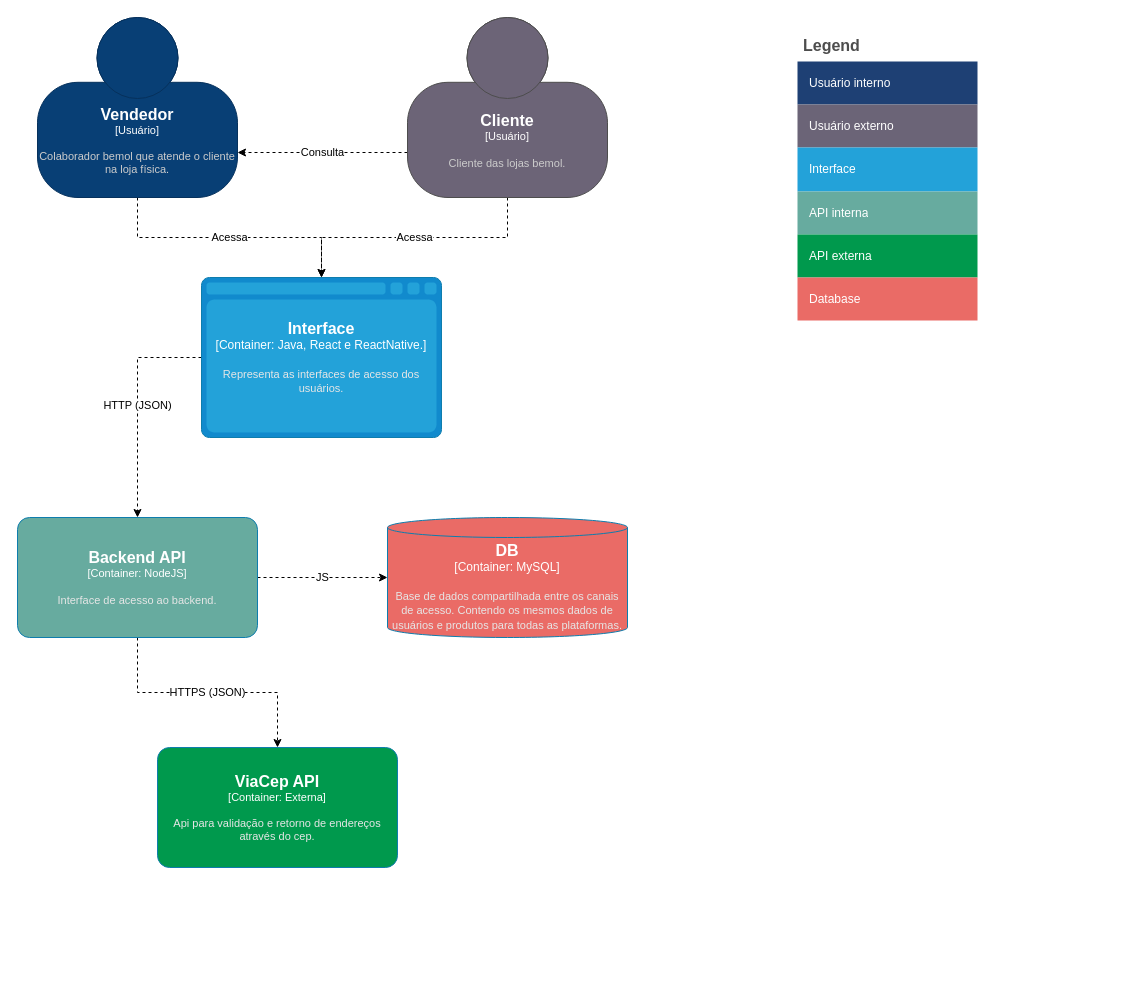
The draw.io diagram page "Backend API" (2 of 2) of diagramas/Arq_Omnibe-C4-Model.drawio in RafaelGuedes953/OmniBe, before the edit. Source tidied: cells renumbered, new cells numbered last; positions are measured from the earlier drawing's top-left corner, leaving out a move shared by most shapes. Both pictures are drawn from the tidied source at 100%, with x=0, y=0 at pixel (17, 17).
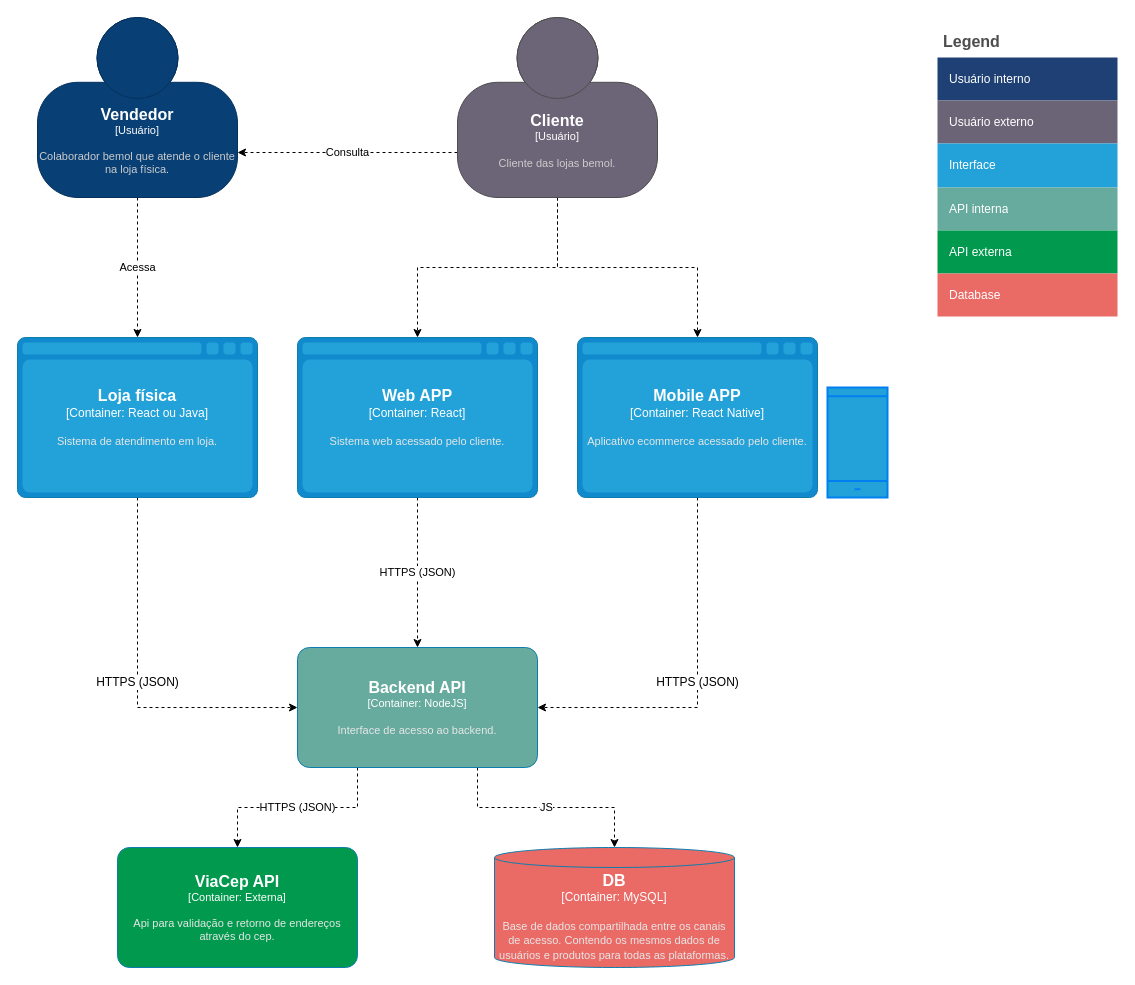
After the change.

The change refers to these unchanged cells:
```xml
<object id="7" label="&lt;font style=&quot;font-size: 16px&quot;&gt;&lt;b&gt;%c4Name%&lt;/b&gt;&lt;/font&gt;&lt;div&gt;[%c4Type%]&lt;/div&gt;&lt;br&gt;&lt;div&gt;&lt;font style=&quot;font-size: 11px&quot;&gt;&lt;font color=&quot;#cccccc&quot;&gt;%c4Description%&lt;/font&gt;&lt;/div&gt;" c4Description="Colaborador bemol que atende o cliente na loja física." c4Name="Vendedor" c4Type="Usuário" placeholders="1">
  <mxCell style="html=1;fontSize=11;dashed=0;whiteSpace=wrap;fillColor=#083F75;strokeColor=#06315C;fontColor=#ffffff;shape=mxgraph.c4.person2;align=center;points=[[0.5,0,0],[1,0.5,0],[1,0.75,0],[0.75,1,0],[0.5,1,0],[0.25,1,0],[0,0.75,0],[0,0.5,0]];" parent="1" vertex="1">
    <mxGeometry x="20" width="200" height="180" as="geometry" />
  </mxCell>
</object>
```

The edit, as a diff of the source:
```diff
@@
     <object id="2" label="&lt;font style=&quot;font-size: 16px&quot;&gt;&lt;b&gt;%c4Type%&lt;/b&gt;&lt;/font&gt;&lt;div&gt;[%c4Container%:&amp;nbsp;%c4Technology%]&lt;/div&gt;&lt;br&gt;&lt;div&gt;&lt;font style=&quot;font-size: 11px&quot;&gt;&lt;font color=&quot;#E6E6E6&quot;&gt;%c4Description%&lt;/font&gt;&lt;/div&gt;" c4Container="Container" c4Description="Base de dados compartilhada entre os canais de acesso. Contendo os mesmos dados de usuários e produtos para todas as plataformas." c4Technology="MySQL" c4Type="DB" placeholders="1">
       <mxCell style="shape=cylinder3;size=10;whiteSpace=wrap;html=1;boundedLbl=1;rounded=0;labelBackgroundColor=none;fillColor=#EA6B66;fontSize=12;fontColor=#ffffff;align=center;strokeColor=#0E7DAD;points=[[0.5,0,0],[1,0.25,0],[1,0.5,0],[1,0.75,0],[0.5,1,0],[0,0.75,0],[0,0.5,0],[0,0.25,0]];strokeWidth=1;" parent="1" vertex="1">
-        <mxGeometry x="370" y="500" width="240" height="120" as="geometry" />
+        <mxGeometry x="477" y="830" width="240" height="120" as="geometry" />
       </mxCell>
     </object>
-    <mxCell id="3" value="JS" style="edgeStyle=orthogonalEdgeStyle;rounded=0;jettySize=auto;html=1;exitX=1;exitY=0.5;exitDx=0;exitDy=0;exitPerimeter=0;entryX=0;entryY=0.5;entryDx=0;entryDy=0;entryPerimeter=0;dashed=1;" parent="1" edge="1" source="5" target="2">
+    <mxCell id="3" value="JS" style="edgeStyle=orthogonalEdgeStyle;rounded=0;jettySize=auto;html=1;exitX=0.75;exitY=1;exitDx=0;exitDy=0;exitPerimeter=0;entryX=0.5;entryY=0;entryDx=0;entryDy=0;entryPerimeter=0;dashed=1;" parent="1" edge="1" source="5" target="2">
       <mxGeometry relative="1" as="geometry" />
     </mxCell>
-    <mxCell id="4" value="HTTPS (JSON)" style="edgeStyle=orthogonalEdgeStyle;rounded=0;jettySize=auto;html=1;exitX=0.5;exitY=1;exitDx=0;exitDy=0;exitPerimeter=0;entryX=0.5;entryY=0;entryDx=0;entryDy=0;entryPerimeter=0;dashed=1;" parent="1" edge="1" source="5" target="13">
+    <mxCell id="4" value="HTTPS (JSON)" style="edgeStyle=orthogonalEdgeStyle;rounded=0;jettySize=auto;html=1;exitX=0.25;exitY=1;exitDx=0;exitDy=0;exitPerimeter=0;entryX=0.5;entryY=0;entryDx=0;entryDy=0;entryPerimeter=0;dashed=1;" parent="1" edge="1" source="5" target="13">
       <mxGeometry relative="1" as="geometry" />
     </mxCell>
     <object id="5" label="&lt;font style=&quot;font-size: 16px&quot;&gt;&lt;b&gt;%c4Name%&lt;/b&gt;&lt;/font&gt;&lt;div&gt;[%c4Type%: %c4Technology%]&lt;/div&gt;&lt;br&gt;&lt;div&gt;&lt;font style=&quot;font-size: 11px&quot;&gt;&lt;font color=&quot;#E6E6E6&quot;&gt;%c4Description%&lt;/font&gt;&lt;/div&gt;" c4Description="Interface de acesso ao backend." c4Name="Backend API" c4Technology="NodeJS" c4Type="Container" placeholders="1">
       <mxCell style="rounded=1;whiteSpace=wrap;html=1;fontSize=11;labelBackgroundColor=none;fillColor=#67AB9F;fontColor=#ffffff;align=center;arcSize=10;strokeColor=#0E7DAD;points=[[0.25,0,0],[0.5,0,0],[0.75,0,0],[1,0.25,0],[1,0.5,0],[1,0.75,0],[0.75,1,0],[0.5,1,0],[0.25,1,0],[0,0.75,0],[0,0.5,0],[0,0.25,0]];strokeWidth=1;" parent="1" vertex="1">
-        <mxGeometry y="500" width="240" height="120" as="geometry" />
+        <mxGeometry x="280" y="630" width="240" height="120" as="geometry" />
       </mxCell>
     </object>
-    <mxCell id="6" value="Acessa" style="edgeStyle=orthogonalEdgeStyle;rounded=0;jettySize=auto;html=1;exitX=0.5;exitY=1;exitDx=0;exitDy=0;exitPerimeter=0;entryX=0.5;entryY=0;entryDx=0;entryDy=0;entryPerimeter=0;dashed=1;" parent="1" edge="1" source="7" target="12">
+    <mxCell id="6" value="Acessa" style="edgeStyle=orthogonalEdgeStyle;rounded=0;jettySize=auto;html=1;exitX=0.5;exitY=1;exitDx=0;exitDy=0;exitPerimeter=0;entryX=0.5;entryY=0;entryDx=0;entryDy=0;entryPerimeter=0;dashed=1;" parent="1" edge="1" source="7" target="30">
       <mxGeometry relative="1" as="geometry" />
     </mxCell>
@@
-    <mxCell id="9" value="Acessa" style="edgeStyle=orthogonalEdgeStyle;rounded=0;jettySize=auto;html=1;exitX=0.5;exitY=1;exitDx=0;exitDy=0;exitPerimeter=0;dashed=1;" parent="1" edge="1" source="10" target="12">
+    <mxCell id="9" style="edgeStyle=orthogonalEdgeStyle;rounded=0;jettySize=auto;html=1;exitX=0.5;exitY=1;exitDx=0;exitDy=0;exitPerimeter=0;dashed=1;" parent="1" edge="1" source="10" target="12">
       <mxGeometry relative="1" as="geometry" />
     </mxCell>
+    <mxCell id="27" style="edgeStyle=orthogonalEdgeStyle;rounded=0;jettySize=auto;html=1;exitX=0.5;exitY=1;exitDx=0;exitDy=0;exitPerimeter=0;entryX=0.5;entryY=0;entryDx=0;entryDy=0;entryPerimeter=0;fontFamily=Helvetica;fontSize=12;fontColor=#ffffff;dashed=1;" parent="1" edge="1" source="10" target="32">
+      <mxGeometry relative="1" as="geometry" />
+    </mxCell>
     <object id="10" label="&lt;font style=&quot;font-size: 16px&quot;&gt;&lt;b&gt;%c4Name%&lt;/b&gt;&lt;/font&gt;&lt;div&gt;[%c4Type%]&lt;/div&gt;&lt;br&gt;&lt;div&gt;&lt;font style=&quot;font-size: 11px&quot;&gt;&lt;font color=&quot;#cccccc&quot;&gt;%c4Description%&lt;/font&gt;&lt;/div&gt;" c4Description="Cliente das lojas bemol." c4Name="Cliente" c4Type="Usuário" placeholders="1">
       <mxCell style="html=1;fontSize=11;dashed=0;whiteSpace=wrap;fillColor=#6C6477;strokeColor=#4D4D4D;fontColor=#ffffff;shape=mxgraph.c4.person2;align=center;points=[[0.5,0,0],[1,0.5,0],[1,0.75,0],[0.75,1,0],[0.5,1,0],[0.25,1,0],[0,0.75,0],[0,0.5,0]];" parent="1" vertex="1">
-        <mxGeometry x="390" width="200" height="180" as="geometry" />
+        <mxGeometry x="440" width="200" height="180" as="geometry" />
       </mxCell>
     </object>
-    <mxCell id="11" value="HTTP (JSON)" style="edgeStyle=orthogonalEdgeStyle;rounded=0;jettySize=auto;html=1;exitX=0;exitY=0.5;exitDx=0;exitDy=0;exitPerimeter=0;dashed=1;" parent="1" edge="1" source="12" target="5">
+    <mxCell id="11" value="HTTPS (JSON)" style="edgeStyle=orthogonalEdgeStyle;rounded=0;jettySize=auto;html=1;dashed=1;" parent="1" edge="1" source="12" target="5">
       <mxGeometry relative="1" as="geometry" />
     </mxCell>
-    <object id="12" label="&lt;font style=&quot;font-size: 16px&quot;&gt;&lt;b&gt;%c4Type%&lt;/b&gt;&lt;/font&gt;&lt;div&gt;[%c4Container%:&amp;nbsp;%c4Technology%]&lt;/div&gt;&lt;br&gt;&lt;div&gt;&lt;font style=&quot;font-size: 11px&quot;&gt;&lt;font color=&quot;#E6E6E6&quot;&gt;%c4Description%&lt;/font&gt;&lt;/div&gt;" c4Container="Container" c4Description="Representa as interfaces de acesso dos usuários." c4Technology="Java, React e ReactNative." c4Type="Interface" placeholders="1">
+    <object id="12" label="&lt;font style=&quot;font-size: 16px&quot;&gt;&lt;b&gt;%c4Type%&lt;/b&gt;&lt;/font&gt;&lt;div&gt;[%c4Container%:&amp;nbsp;%c4Technology%]&lt;/div&gt;&lt;br&gt;&lt;div&gt;&lt;font style=&quot;font-size: 11px&quot;&gt;&lt;font color=&quot;#E6E6E6&quot;&gt;%c4Description%&lt;/font&gt;&lt;/div&gt;" c4Container="Container" c4Description="Sistema web acessado pelo cliente." c4Technology="React" c4Type="Web APP" placeholders="1">
       <mxCell style="shape=mxgraph.c4.webBrowserContainer2;whiteSpace=wrap;html=1;boundedLbl=1;rounded=0;labelBackgroundColor=none;strokeColor=#118ACD;fillColor=#23A2D9;strokeColor=#118ACD;strokeColor2=#0E7DAD;fontSize=12;fontColor=#ffffff;align=center;points=[[0.5,0,0],[1,0.25,0],[1,0.5,0],[1,0.75,0],[0.5,1,0],[0,0.75,0],[0,0.5,0],[0,0.25,0]];strokeWidth=1;" parent="1" vertex="1">
-        <mxGeometry x="184" y="260" width="240" height="160" as="geometry" />
+        <mxGeometry x="280" y="320" width="240" height="160" as="geometry" />
       </mxCell>
     </object>
     <object id="13" label="&lt;font style=&quot;font-size: 16px&quot;&gt;&lt;b&gt;%c4Name%&lt;/b&gt;&lt;/font&gt;&lt;div&gt;[%c4Type%: %c4Technology%]&lt;/div&gt;&lt;br&gt;&lt;div&gt;&lt;font style=&quot;font-size: 11px&quot;&gt;&lt;font color=&quot;#E6E6E6&quot;&gt;%c4Description%&lt;/font&gt;&lt;/div&gt;" c4Description="Api para validação e retorno de endereços através do cep." c4Name="ViaCep API" c4Technology="Externa" c4Type="Container" placeholders="1">
       <mxCell style="rounded=1;whiteSpace=wrap;html=1;fontSize=11;labelBackgroundColor=none;fillColor=#00994D;fontColor=#ffffff;align=center;arcSize=10;strokeColor=#0E7DAD;points=[[0.25,0,0],[0.5,0,0],[0.75,0,0],[1,0.25,0],[1,0.5,0],[1,0.75,0],[0.75,1,0],[0.5,1,0],[0.25,1,0],[0,0.75,0],[0,0.5,0],[0,0.25,0]];strokeWidth=1;" parent="1" vertex="1">
-        <mxGeometry x="140" y="730" width="240" height="120" as="geometry" />
+        <mxGeometry x="100" y="830" width="240" height="120" as="geometry" />
       </mxCell>
     </object>
     <mxCell id="14" value="Legend" style="shape=table;startSize=30;childLayout=tableLayout;fontSize=16;align=left;verticalAlign=top;fillColor=none;strokeColor=none;fontColor=#4D4D4D;fontStyle=1;spacingLeft=6;spacing=0;strokeWidth=1;" parent="1" vertex="1">
-      <mxGeometry x="780" y="14" width="180" height="289" as="geometry" />
+      <mxGeometry x="920" y="10" width="180" height="289" as="geometry" />
     </mxCell>
@@
+    <mxCell id="28" style="html=1;verticalLabelPosition=bottom;align=center;labelBackgroundColor=#ffffff;verticalAlign=top;strokeWidth=2;strokeColor=#0080F0;shadow=0;dashed=0;shape=mxgraph.ios7.icons.smartphone;rounded=0;fontFamily=Helvetica;fontSize=12;fontColor=#ffffff;fillColor=#23A2D9;rotation=0;" parent="1" vertex="1">
+      <mxGeometry x="810" y="370" width="60" height="110" as="geometry" />
+    </mxCell>
+    <mxCell id="29" value="&lt;font color=&quot;#000000&quot;&gt;HTTPS (JSON)&lt;/font&gt;" style="edgeStyle=orthogonalEdgeStyle;rounded=0;jettySize=auto;html=1;exitX=0.5;exitY=1;exitDx=0;exitDy=0;exitPerimeter=0;entryX=0;entryY=0.5;entryDx=0;entryDy=0;entryPerimeter=0;dashed=1;fontFamily=Helvetica;fontSize=12;fontColor=#ffffff;" parent="1" edge="1" source="30" target="5">
+      <mxGeometry relative="1" as="geometry" />
+    </mxCell>
+    <object id="30" label="&lt;font style=&quot;font-size: 16px&quot;&gt;&lt;b&gt;%c4Type%&lt;/b&gt;&lt;/font&gt;&lt;div&gt;[%c4Container%:&amp;nbsp;%c4Technology%]&lt;/div&gt;&lt;br&gt;&lt;div&gt;&lt;font style=&quot;font-size: 11px&quot;&gt;&lt;font color=&quot;#E6E6E6&quot;&gt;%c4Description%&lt;/font&gt;&lt;/div&gt;" c4Container="Container" c4Description="Sistema de atendimento em loja." c4Technology="React ou Java" c4Type="Loja física" placeholders="1">
+      <mxCell style="shape=mxgraph.c4.webBrowserContainer2;whiteSpace=wrap;html=1;boundedLbl=1;rounded=0;labelBackgroundColor=none;strokeColor=#118ACD;fillColor=#23A2D9;strokeColor=#118ACD;strokeColor2=#0E7DAD;fontSize=12;fontColor=#ffffff;align=center;points=[[0.5,0,0],[1,0.25,0],[1,0.5,0],[1,0.75,0],[0.5,1,0],[0,0.75,0],[0,0.5,0],[0,0.25,0]];fontFamily=Helvetica;" parent="1" vertex="1">
+        <mxGeometry y="320" width="240" height="160" as="geometry" />
+      </mxCell>
+    </object>
+    <mxCell id="31" value="&lt;font color=&quot;#000000&quot;&gt;HTTPS (JSON)&lt;br&gt;&lt;/font&gt;" style="edgeStyle=orthogonalEdgeStyle;rounded=0;jettySize=auto;html=1;exitX=0.5;exitY=1;exitDx=0;exitDy=0;exitPerimeter=0;entryX=1;entryY=0.5;entryDx=0;entryDy=0;entryPerimeter=0;dashed=1;fontFamily=Helvetica;fontSize=12;fontColor=#ffffff;" parent="1" edge="1" source="32" target="5">
+      <mxGeometry relative="1" as="geometry" />
+    </mxCell>
+    <object id="32" label="&lt;font style=&quot;font-size: 16px&quot;&gt;&lt;b&gt;%c4Type%&lt;/b&gt;&lt;/font&gt;&lt;div&gt;[%c4Container%:&amp;nbsp;%c4Technology%]&lt;/div&gt;&lt;br&gt;&lt;div&gt;&lt;font style=&quot;font-size: 11px&quot;&gt;&lt;font color=&quot;#E6E6E6&quot;&gt;%c4Description%&lt;/font&gt;&lt;/div&gt;" c4Container="Container" c4Description="Aplicativo ecommerce acessado pelo cliente." c4Technology="React Native" c4Type="Mobile APP" placeholders="1">
+      <mxCell style="shape=mxgraph.c4.webBrowserContainer2;whiteSpace=wrap;html=1;boundedLbl=1;rounded=0;labelBackgroundColor=none;strokeColor=#118ACD;fillColor=#23A2D9;strokeColor=#118ACD;strokeColor2=#0E7DAD;fontSize=12;fontColor=#ffffff;align=center;points=[[0.5,0,0],[1,0.25,0],[1,0.5,0],[1,0.75,0],[0.5,1,0],[0,0.75,0],[0,0.5,0],[0,0.25,0]];fontFamily=Helvetica;" parent="1" vertex="1">
+        <mxGeometry x="560" y="320" width="240" height="160" as="geometry" />
+      </mxCell>
+    </object>
```
